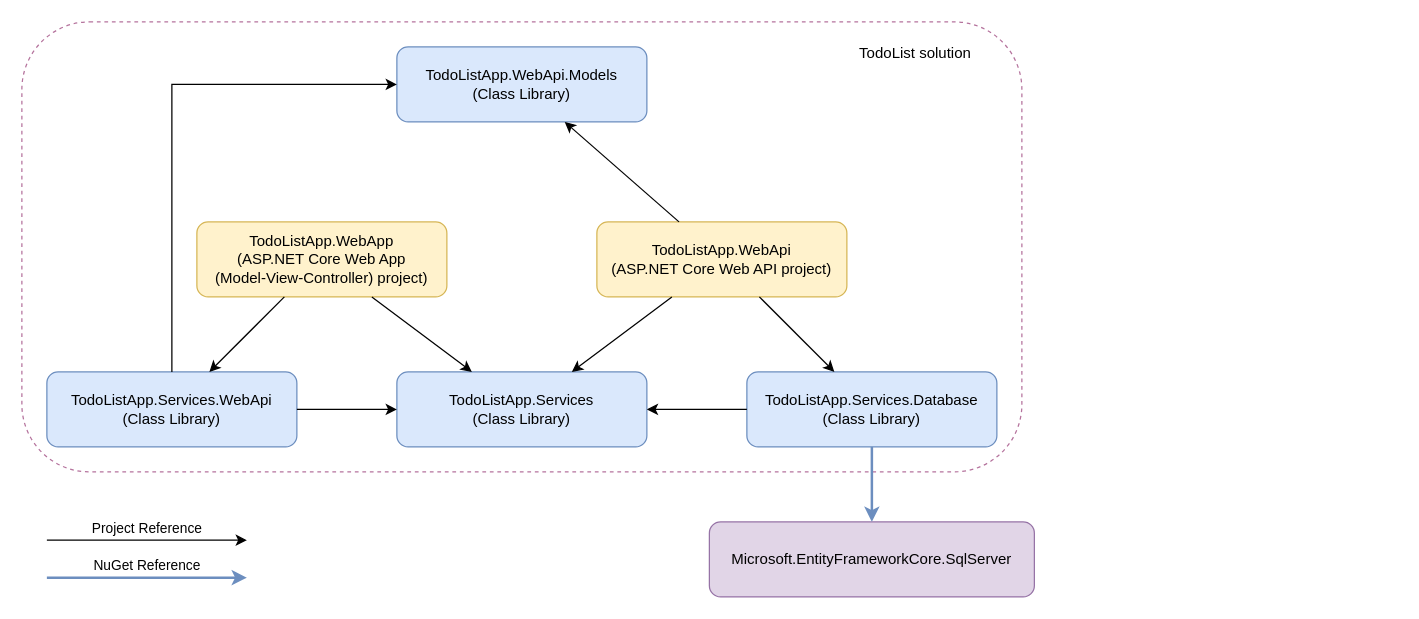
Before: page "solution-design" (2 of 5) of images/diagrams.drawio in GiorgiOkreshidze/Todo-list-web-app, a draw.io diagram. Source tidied: cells renumbered, new cells numbered last; positions are measured from the earlier drawing's top-left corner, leaving out a move shared by most shapes. Both pictures are drawn from the tidied source at 125%, with x=0, y=0 at pixel (21, 21).
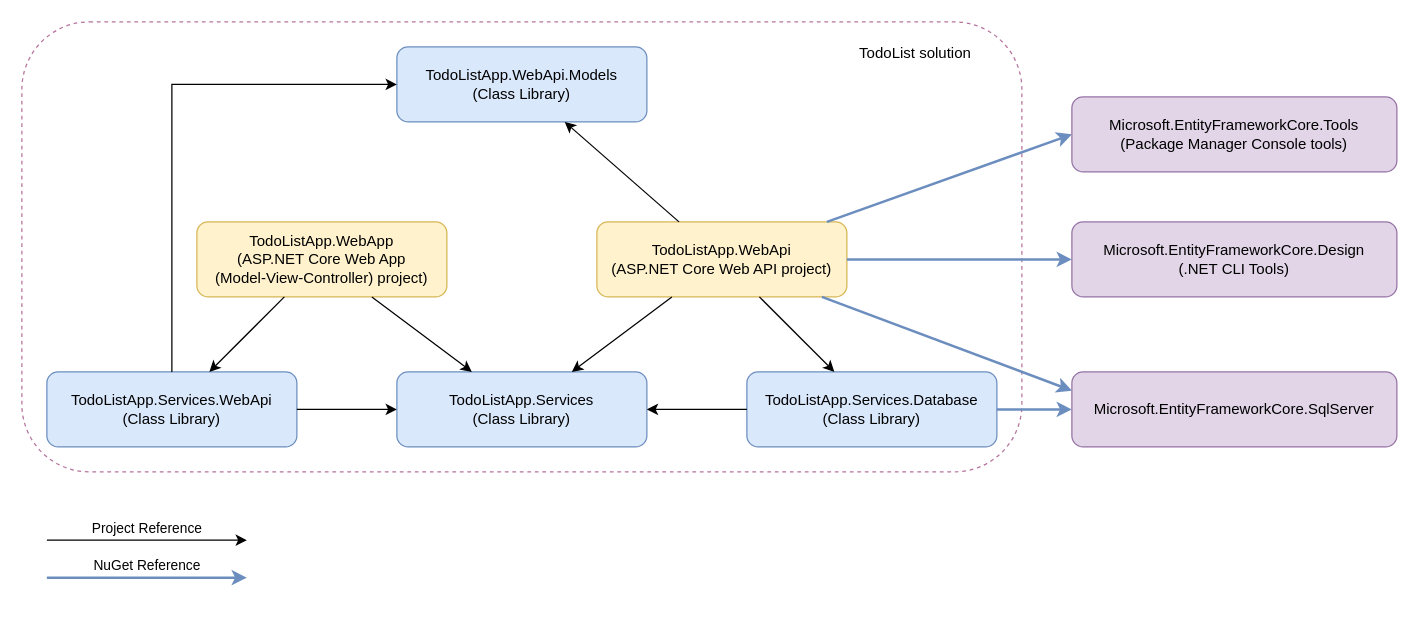
The same diagram, later.

The change refers to these unchanged cells:
```xml
<mxCell id="4" value="TodoListApp.WebApi&lt;br&gt;(ASP.NET Core Web API project)" style="rounded=1;whiteSpace=wrap;html=1;fillColor=#fff2cc;strokeColor=#d6b656;" parent="1" vertex="1">
  <mxGeometry x="460" y="160" width="200" height="60" as="geometry" />
</mxCell>
```

The edit, as a diff of the source:
```diff
@@
     <mxCell id="10" value="Microsoft.EntityFrameworkCore.SqlServer" style="rounded=1;whiteSpace=wrap;html=1;fillColor=#e1d5e7;strokeColor=#9673a6;" parent="1" vertex="1">
-      <mxGeometry x="550" y="400" width="260" height="60" as="geometry" />
+      <mxGeometry x="840" y="280" width="260" height="60" as="geometry" />
     </mxCell>
@@
+    <mxCell id="22" style="endArrow=classic;html=1;rounded=0;strokeWidth=2;fillColor=#dae8fc;strokeColor=#6c8ebf;entryX=0;entryY=0.5;entryDx=0;entryDy=0;" parent="1" edge="1" source="4" target="23">
+      <mxGeometry x="0.33" relative="1" as="geometry" />
+    </mxCell>
+    <mxCell id="23" value="Microsoft.EntityFrameworkCore.Tools&lt;br&gt;(Package Manager Console tools)" style="rounded=1;whiteSpace=wrap;html=1;fillColor=#e1d5e7;strokeColor=#9673a6;" parent="1" vertex="1">
+      <mxGeometry x="840" y="60" width="260" height="60" as="geometry" />
+    </mxCell>
+    <mxCell id="24" style="endArrow=classic;html=1;rounded=0;strokeWidth=2;fillColor=#dae8fc;strokeColor=#6c8ebf;entryX=0;entryY=0.25;entryDx=0;entryDy=0;" parent="1" edge="1" source="4" target="10">
+      <mxGeometry x="0.33" relative="1" as="geometry" />
+    </mxCell>
+    <mxCell id="25" value="Microsoft.EntityFrameworkCore.Design&lt;br&gt;(.NET CLI Tools)" style="rounded=1;whiteSpace=wrap;html=1;fillColor=#e1d5e7;strokeColor=#9673a6;" parent="1" vertex="1">
+      <mxGeometry x="840" y="160" width="260" height="60" as="geometry" />
+    </mxCell>
+    <mxCell id="26" style="endArrow=classic;html=1;rounded=0;strokeWidth=2;fillColor=#dae8fc;strokeColor=#6c8ebf;" parent="1" edge="1" source="4" target="25">
+      <mxGeometry x="0.33" relative="1" as="geometry" />
+    </mxCell>
```
